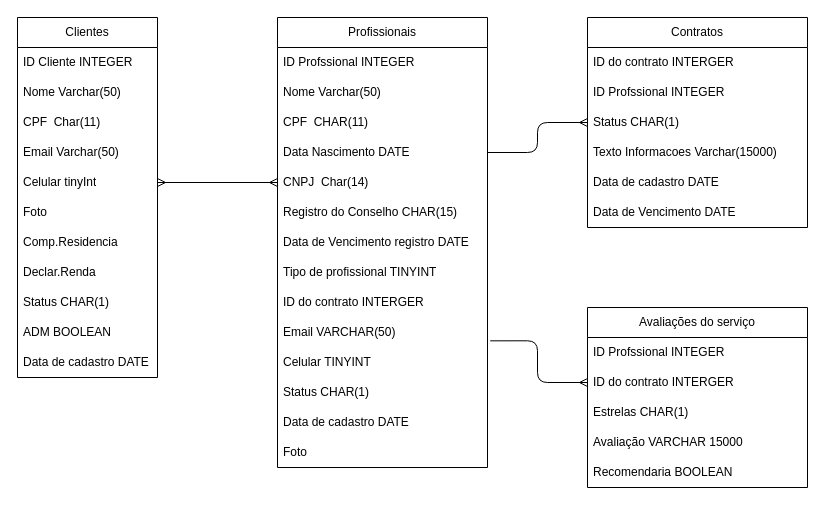
Before: Front-end/db.drawio in Moyses-jr/medihome, a draw.io diagram. Source tidied: cells renumbered, new cells numbered last; positions are measured from the earlier drawing's top-left corner, leaving out a move shared by most shapes. Both pictures are drawn from the tidied source at 100%, with x=0, y=0 at pixel (17, 17).
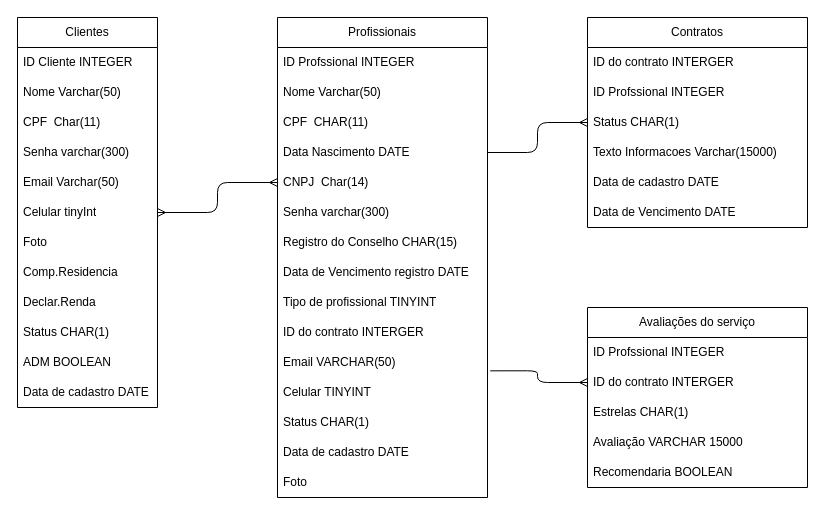
Above is the later version.

The edit, as a diff of the source:
```diff
@@
     <mxCell id="2" value="Clientes" style="swimlane;fontStyle=0;horizontal=1;startSize=30;whiteSpace=wrap;html=1;" parent="1" vertex="1">
-      <mxGeometry width="140" height="360" as="geometry" />
+      <mxGeometry width="140" height="390" as="geometry" />
     </mxCell>
@@
+    <mxCell id="45" value="Senha varchar(300)" style="text;strokeColor=none;fillColor=none;align=left;verticalAlign=middle;spacingLeft=4;spacingRight=4;overflow=hidden;whiteSpace=wrap;html=1;" parent="2" vertex="1">
+      <mxGeometry y="120" width="140" height="30" as="geometry" />
+    </mxCell>
     <mxCell id="6" value="Email Varchar(50)" style="text;strokeColor=none;fillColor=none;align=left;verticalAlign=middle;spacingLeft=4;spacingRight=4;overflow=hidden;whiteSpace=wrap;html=1;" parent="2" vertex="1">
-      <mxGeometry y="120" width="140" height="30" as="geometry" />
+      <mxGeometry y="150" width="140" height="30" as="geometry" />
     </mxCell>
     <mxCell id="7" value="Celular tinyInt" style="text;strokeColor=none;fillColor=none;align=left;verticalAlign=middle;spacingLeft=4;spacingRight=4;overflow=hidden;points=[[0,0.5],[1,0.5]];portConstraint=eastwest;whiteSpace=wrap;html=1;" parent="2" vertex="1">
-      <mxGeometry y="150" width="140" height="30" as="geometry" />
+      <mxGeometry y="180" width="140" height="30" as="geometry" />
     </mxCell>
     <mxCell id="8" value="Foto" style="text;strokeColor=none;fillColor=none;align=left;verticalAlign=middle;spacingLeft=4;spacingRight=4;overflow=hidden;whiteSpace=wrap;html=1;" parent="2" vertex="1">
-      <mxGeometry y="180" width="140" height="30" as="geometry" />
+      <mxGeometry y="210" width="140" height="30" as="geometry" />
     </mxCell>
     <mxCell id="9" value="Comp.Residencia" style="text;strokeColor=none;fillColor=none;align=left;verticalAlign=middle;spacingLeft=4;spacingRight=4;overflow=hidden;whiteSpace=wrap;html=1;" parent="2" vertex="1">
-      <mxGeometry y="210" width="140" height="30" as="geometry" />
+      <mxGeometry y="240" width="140" height="30" as="geometry" />
     </mxCell>
     <mxCell id="10" value="Declar.Renda" style="text;strokeColor=none;fillColor=none;align=left;verticalAlign=middle;spacingLeft=4;spacingRight=4;overflow=hidden;whiteSpace=wrap;html=1;" parent="2" vertex="1">
-      <mxGeometry y="240" width="140" height="30" as="geometry" />
+      <mxGeometry y="270" width="140" height="30" as="geometry" />
     </mxCell>
     <mxCell id="11" value="Status CHAR(1)" style="text;strokeColor=none;fillColor=none;align=left;verticalAlign=middle;spacingLeft=4;spacingRight=4;overflow=hidden;whiteSpace=wrap;html=1;" parent="2" vertex="1">
-      <mxGeometry y="270" width="140" height="30" as="geometry" />
+      <mxGeometry y="300" width="140" height="30" as="geometry" />
     </mxCell>
     <mxCell id="12" value="ADM BOOLEAN" style="text;strokeColor=none;fillColor=none;align=left;verticalAlign=middle;spacingLeft=4;spacingRight=4;overflow=hidden;whiteSpace=wrap;html=1;" parent="2" vertex="1">
-      <mxGeometry y="300" width="140" height="30" as="geometry" />
+      <mxGeometry y="330" width="140" height="30" as="geometry" />
     </mxCell>
     <mxCell id="13" value="Data de cadastro DATE" style="text;strokeColor=none;fillColor=none;align=left;verticalAlign=middle;spacingLeft=4;spacingRight=4;overflow=hidden;whiteSpace=wrap;html=1;" parent="2" vertex="1">
-      <mxGeometry y="330" width="140" height="30" as="geometry" />
+      <mxGeometry y="360" width="140" height="30" as="geometry" />
     </mxCell>
     <mxCell id="14" value="Profissionais" style="swimlane;fontStyle=0;horizontal=1;startSize=30;whiteSpace=wrap;html=1;" parent="1" vertex="1">
-      <mxGeometry x="260" width="210" height="450" as="geometry" />
+      <mxGeometry x="260" width="210" height="480" as="geometry" />
     </mxCell>
@@
+    <mxCell id="46" value="Senha varchar(300)" style="text;strokeColor=none;fillColor=none;align=left;verticalAlign=middle;spacingLeft=4;spacingRight=4;overflow=hidden;whiteSpace=wrap;html=1;" parent="14" vertex="1">
+      <mxGeometry y="180" width="210" height="30" as="geometry" />
+    </mxCell>
     <mxCell id="20" value="Registro do Conselho CHAR(15)" style="text;strokeColor=none;fillColor=none;align=left;verticalAlign=middle;spacingLeft=4;spacingRight=4;overflow=hidden;whiteSpace=wrap;html=1;" parent="14" vertex="1">
-      <mxGeometry y="180" width="210" height="30" as="geometry" />
+      <mxGeometry y="210" width="210" height="30" as="geometry" />
     </mxCell>
     <mxCell id="21" value="Data de Vencimento registro DATE" style="text;strokeColor=none;fillColor=none;align=left;verticalAlign=middle;spacingLeft=4;spacingRight=4;overflow=hidden;whiteSpace=wrap;html=1;" parent="14" vertex="1">
-      <mxGeometry y="210" width="210" height="30" as="geometry" />
+      <mxGeometry y="240" width="210" height="30" as="geometry" />
     </mxCell>
     <mxCell id="22" value="Tipo de profissional TINYINT" style="text;strokeColor=none;fillColor=none;align=left;verticalAlign=middle;spacingLeft=4;spacingRight=4;overflow=hidden;whiteSpace=wrap;html=1;" parent="14" vertex="1">
-      <mxGeometry y="240" width="210" height="30" as="geometry" />
+      <mxGeometry y="270" width="210" height="30" as="geometry" />
     </mxCell>
     <mxCell id="23" value="ID do contrato INTERGER" style="text;strokeColor=none;fillColor=none;align=left;verticalAlign=middle;spacingLeft=4;spacingRight=4;overflow=hidden;whiteSpace=wrap;html=1;" parent="14" vertex="1">
-      <mxGeometry y="270" width="210" height="30" as="geometry" />
+      <mxGeometry y="300" width="210" height="30" as="geometry" />
     </mxCell>
     <mxCell id="24" value="Email VARCHAR(50)" style="text;strokeColor=none;fillColor=none;align=left;verticalAlign=middle;spacingLeft=4;spacingRight=4;overflow=hidden;points=[[0,0.5],[1,0.5]];portConstraint=eastwest;whiteSpace=wrap;html=1;" parent="14" vertex="1">
-      <mxGeometry y="300" width="210" height="30" as="geometry" />
+      <mxGeometry y="330" width="210" height="30" as="geometry" />
     </mxCell>
     <mxCell id="25" value="Celular TINYINT" style="text;strokeColor=none;fillColor=none;align=left;verticalAlign=middle;spacingLeft=4;spacingRight=4;overflow=hidden;whiteSpace=wrap;html=1;" parent="14" vertex="1">
-      <mxGeometry y="330" width="210" height="30" as="geometry" />
+      <mxGeometry y="360" width="210" height="30" as="geometry" />
     </mxCell>
     <mxCell id="26" value="Status CHAR(1)" style="text;strokeColor=none;fillColor=none;align=left;verticalAlign=middle;spacingLeft=4;spacingRight=4;overflow=hidden;whiteSpace=wrap;html=1;" parent="14" vertex="1">
-      <mxGeometry y="360" width="210" height="30" as="geometry" />
+      <mxGeometry y="390" width="210" height="30" as="geometry" />
     </mxCell>
     <mxCell id="27" value="Data de cadastro DATE" style="text;strokeColor=none;fillColor=none;align=left;verticalAlign=middle;spacingLeft=4;spacingRight=4;overflow=hidden;whiteSpace=wrap;html=1;" parent="14" vertex="1">
-      <mxGeometry y="390" width="210" height="30" as="geometry" />
+      <mxGeometry y="420" width="210" height="30" as="geometry" />
     </mxCell>
     <mxCell id="28" value="Foto" style="text;strokeColor=none;fillColor=none;align=left;verticalAlign=middle;spacingLeft=4;spacingRight=4;overflow=hidden;whiteSpace=wrap;html=1;" parent="14" vertex="1">
-      <mxGeometry y="420" width="210" height="30" as="geometry" />
+      <mxGeometry y="450" width="210" height="30" as="geometry" />
     </mxCell>
```
